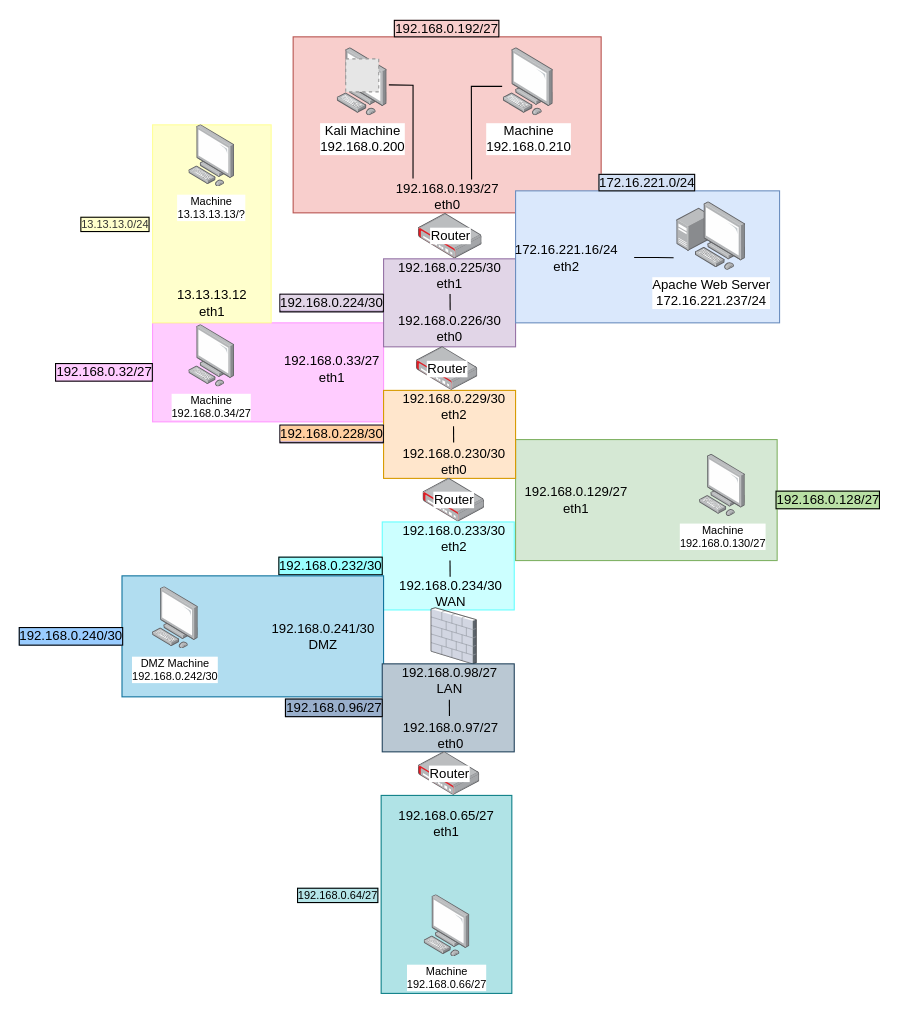
The draw.io diagram Untitled Diagram.drawio in lukeitslukas/networking, before the edit. Source tidied: cells renumbered, new cells numbered last; positions are measured from the earlier drawing's top-left corner, leaving out a move shared by most shapes. Both pictures are drawn from the tidied source at 110%, with x=0, y=0 at pixel (121, 36). Pictures stored in the file or linked from it are replaced by grey dashed boxes.
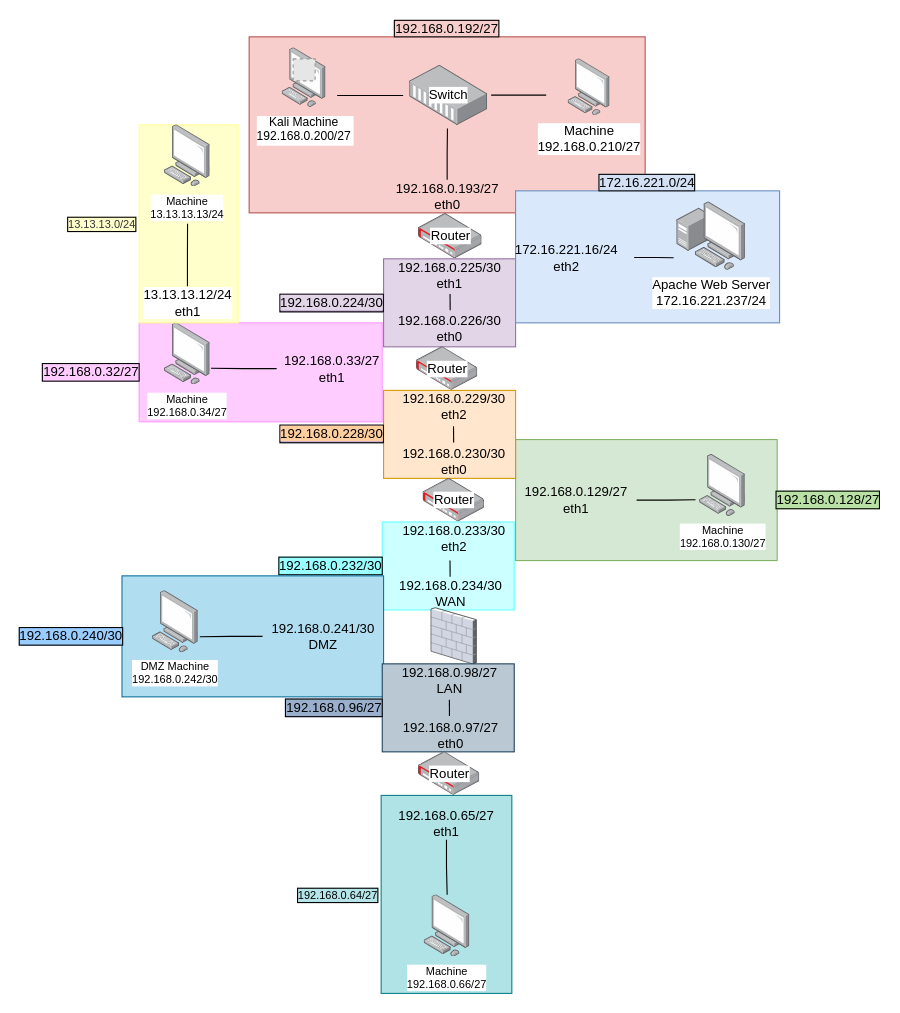
After the change.

The change refers to these unchanged cells:
```xml
<mxCell id="11" value="&lt;div&gt;192.168.0.33/27&lt;/div&gt;&lt;div&gt;eth1&lt;/div&gt;" style="text;html=1;align=center;verticalAlign=middle;points=[];strokeColor=none;fillColor=none;" parent="1" vertex="1">
  <mxGeometry x="141" y="286.6" width="100" height="30" as="geometry" />
</mxCell>
<mxCell id="12" value="&lt;div&gt;192.168.0.129/27&lt;/div&gt;&lt;div&gt;eth1&lt;/div&gt;" style="text;html=1;align=center;verticalAlign=middle;points=[];strokeColor=none;fillColor=none;" parent="1" vertex="1">
  <mxGeometry x="358.2" y="406.2" width="110" height="30" as="geometry" />
</mxCell>
<mxCell id="18" value="&lt;div&gt;192.168.0.193/27&lt;/div&gt;&lt;div&gt;eth0&lt;/div&gt;" style="text;html=1;align=center;verticalAlign=middle;points=[];strokeColor=none;fillColor=none;labelBackgroundColor=none;" parent="1" vertex="1">
  <mxGeometry x="241" y="130" width="110" height="30" as="geometry" />
</mxCell>
<mxCell id="30" value="&lt;div style=&quot;font-size: 10px&quot;&gt;Machine&lt;br style=&quot;font-size: 10px&quot;&gt;&lt;/div&gt;&lt;div style=&quot;font-size: 10px&quot;&gt;192.168.0.130/27&lt;/div&gt;" style="points=[];html=1;align=center;shadow=0;dashed=0;image;image=img/lib/allied_telesis/computer_and_terminals/Personal_Computer.svg;whiteSpace=wrap;fontSize=10;verticalAlign=top;" parent="1" vertex="1">
  <mxGeometry x="525.5" y="379.6" width="41.7" height="56.5" as="geometry" />
</mxCell>
<mxCell id="37" value="192.168.0.241/30&lt;br&gt;DMZ" style="text;html=1;align=center;verticalAlign=middle;points=[];strokeColor=none;fillColor=none;fontColor=#000000;" parent="1" vertex="1">
  <mxGeometry x="128.2" y="530" width="110" height="30" as="geometry" />
</mxCell>
<mxCell id="47" value="&lt;div style=&quot;font-size: 10px&quot;&gt;Machine&lt;br style=&quot;font-size: 10px&quot;&gt;&lt;/div&gt;&lt;div style=&quot;font-size: 10px&quot;&gt;192.168.0.66/27&lt;/div&gt;" style="points=[];html=1;align=center;shadow=0;dashed=0;image;image=img/lib/allied_telesis/computer_and_terminals/Personal_Computer.svg;whiteSpace=wrap;fontSize=10;verticalAlign=top;" parent="1" vertex="1">
  <mxGeometry x="275.1" y="780" width="41.7" height="56.5" as="geometry" />
</mxCell>
<mxCell id="48" value="&lt;div&gt;192.168.0.65/27&lt;/div&gt;&lt;div&gt;eth1&lt;/div&gt;" style="text;html=1;align=center;verticalAlign=middle;points=[];strokeColor=none;fillColor=none;fontColor=#000000;" parent="1" vertex="1">
  <mxGeometry x="245.4" y="700" width="100" height="30" as="geometry" />
</mxCell>
```

The edit, as a diff of the source:
```diff
@@
     <mxCell id="3" value="192.168.0.32/27" style="rounded=0;labelBackgroundColor=#FFCCFF;labelBorderColor=default;fillColor=#FFCCFF;strokeColor=#FF99FF;labelPosition=left;verticalLabelPosition=middle;align=right;verticalAlign=middle;spacing=-1;whiteSpace=wrap;html=1;" parent="1" vertex="1">
-      <mxGeometry x="28.2" y="260" width="210" height="90" as="geometry" />
+      <mxGeometry x="16" y="260" width="221" height="90" as="geometry" />
     </mxCell>
@@
     <mxCell id="7" value="192.168.0.192/27" style="rounded=0;fillColor=#f8cecc;strokeColor=#b85450;labelPosition=center;verticalLabelPosition=top;align=center;verticalAlign=bottom;labelBackgroundColor=#F8CECC;labelBorderColor=default;spacing=-1;whiteSpace=wrap;html=1;" parent="1" vertex="1">
-      <mxGeometry x="156" width="280" height="160" as="geometry" />
+      <mxGeometry x="116" width="360" height="160" as="geometry" />
     </mxCell>
@@
-    <mxCell id="9" value="&lt;div&gt;Kali Machine&lt;/div&gt;&lt;div&gt;192.168.0.200&lt;/div&gt;" style="points=[];html=1;align=center;shadow=0;dashed=0;image;image=img/lib/allied_telesis/computer_and_terminals/Personal_Computer.svg;" parent="1" vertex="1">
-      <mxGeometry x="196" y="10" width="45.6" height="61.8" as="geometry" />
-    </mxCell>
-    <mxCell id="10" value="&lt;div&gt;Machine&lt;br&gt;&lt;/div&gt;&lt;div&gt;192.168.0.210&lt;/div&gt;" style="html=1;align=center;shadow=0;dashed=0;image;image=img/lib/allied_telesis/computer_and_terminals/Personal_Computer.svg;" parent="1" vertex="1">
-      <mxGeometry x="347" y="10" width="45.6" height="61.8" as="geometry" />
+    <mxCell id="10" value="&lt;div&gt;Machine&lt;br&gt;&lt;/div&gt;&lt;div&gt;192.168.0.210/27&lt;/div&gt;" style="html=1;align=center;shadow=0;dashed=0;image;image=img/lib/allied_telesis/computer_and_terminals/Personal_Computer.svg;" parent="1" vertex="1">
+      <mxGeometry x="406" y="20" width="38.2" height="51.8" as="geometry" />
     </mxCell>
+    <mxCell id="49" style="edgeStyle=orthogonalEdgeStyle;rounded=0;jettySize=auto;html=1;entryX=1.016;entryY=0.731;entryDx=0;entryDy=0;entryPerimeter=0;endArrow=none;endFill=0;" parent="1" edge="1" source="11" target="29">
+      <mxGeometry relative="1" as="geometry" />
+    </mxCell>
@@
+    <mxCell id="50" style="edgeStyle=orthogonalEdgeStyle;rounded=0;jettySize=auto;html=1;entryX=-0.09;entryY=0.73;entryDx=0;entryDy=0;entryPerimeter=0;endArrow=none;endFill=0;" parent="1" edge="1" source="12" target="30">
+      <mxGeometry relative="1" as="geometry" />
+    </mxCell>
@@
-    <mxCell id="13" style="fillColor=#E6E6E6;strokeColor=#999999;dashed=1;html=1;verticalAlign=top;verticalLabelPosition=bottom;labelBackgroundColor=#ffffff;" parent="1" vertex="1">
-      <mxGeometry x="203.8" y="20" width="30" height="30" as="geometry" />
-    </mxCell>
@@
+    <mxCell id="51" style="edgeStyle=orthogonalEdgeStyle;rounded=0;jettySize=auto;html=1;entryX=0.484;entryY=1.051;entryDx=0;entryDy=0;entryPerimeter=0;endArrow=none;endFill=0;" parent="1" edge="1" source="18" target="58">
+      <mxGeometry relative="1" as="geometry" />
+    </mxCell>
@@
-    <mxCell id="24" style="endArrow=none;html=1;rounded=0;exitX=0.218;exitY=-0.04;exitDx=0;exitDy=0;exitPerimeter=0;entryX=1.031;entryY=0.544;entryDx=0;entryDy=0;entryPerimeter=0;" parent="1" edge="1" source="18" target="9">
-      <mxGeometry relative="1" as="geometry">
-        <Array as="points">
-          <mxPoint x="265" y="44" />
-        </Array>
-      </mxGeometry>
-    </mxCell>
-    <mxCell id="25" style="endArrow=none;html=1;rounded=0;exitX=0.702;exitY=-0.013;exitDx=0;exitDy=0;exitPerimeter=0;" parent="1" edge="1" source="18">
-      <mxGeometry relative="1" as="geometry">
-        <mxPoint x="346" y="45" as="targetPoint" />
-        <Array as="points">
-          <mxPoint x="318" y="45" />
-        </Array>
-      </mxGeometry>
-    </mxCell>
@@
     <mxCell id="29" value="&lt;div style=&quot;font-size: 10px;&quot;&gt;Machine&lt;br style=&quot;font-size: 10px;&quot;&gt;&lt;/div&gt;&lt;div style=&quot;font-size: 10px;&quot;&gt;192.168.0.34/27&lt;/div&gt;" style="points=[];html=1;align=center;shadow=0;dashed=0;image;image=img/lib/allied_telesis/computer_and_terminals/Personal_Computer.svg;whiteSpace=wrap;fontSize=10;verticalAlign=top;" parent="1" vertex="1">
-      <mxGeometry x="61.2" y="261.8" width="41.7" height="56.5" as="geometry" />
+      <mxGeometry x="39" y="260" width="41.7" height="56.5" as="geometry" />
     </mxCell>
@@
     <mxCell id="31" value="&lt;div&gt;13.13.13.0/24&lt;/div&gt;" style="rounded=0;whiteSpace=wrap;html=1;labelBackgroundColor=#FFFFCC;labelBorderColor=default;fontSize=10;strokeColor=#FFFF99;fillColor=#FFFFCC;fontColor=#333333;labelPosition=left;verticalLabelPosition=middle;align=right;verticalAlign=middle;" parent="1" vertex="1">
-      <mxGeometry x="28.2" y="80" width="107.8" height="180" as="geometry" />
+      <mxGeometry x="16" y="80" width="90" height="180" as="geometry" />
     </mxCell>
-    <mxCell id="32" value="&lt;div style=&quot;font-size: 10px&quot;&gt;Machine&lt;br style=&quot;font-size: 10px&quot;&gt;&lt;/div&gt;&lt;div style=&quot;font-size: 10px&quot;&gt;13.13.13.13/?&lt;/div&gt;" style="html=1;align=center;shadow=0;dashed=0;image;image=img/lib/allied_telesis/computer_and_terminals/Personal_Computer.svg;whiteSpace=wrap;fontSize=10;verticalAlign=top;" parent="1" vertex="1">
-      <mxGeometry x="61.2" y="80" width="41.7" height="56.5" as="geometry" />
+    <mxCell id="32" value="&lt;div style=&quot;font-size: 10px&quot;&gt;Machine&lt;br style=&quot;font-size: 10px&quot;&gt;&lt;/div&gt;&lt;div style=&quot;font-size: 10px&quot;&gt;13.13.13.13/24&lt;/div&gt;" style="html=1;align=center;shadow=0;dashed=0;image;image=img/lib/allied_telesis/computer_and_terminals/Personal_Computer.svg;whiteSpace=wrap;fontSize=10;verticalAlign=top;" parent="1" vertex="1">
+      <mxGeometry x="39" y="80" width="41.7" height="56.5" as="geometry" />
     </mxCell>
+    <mxCell id="52" style="edgeStyle=orthogonalEdgeStyle;rounded=0;jettySize=auto;html=1;endArrow=none;endFill=0;" parent="1" edge="1" source="33">
+      <mxGeometry relative="1" as="geometry">
+        <mxPoint x="60" y="170" as="targetPoint" />
+      </mxGeometry>
+    </mxCell>
-    <mxCell id="33" value="13.13.13.12&lt;br&gt;eth1" style="text;html=1;align=center;verticalAlign=middle;points=[];strokeColor=none;fillColor=none;" parent="1" vertex="1">
-      <mxGeometry x="42.1" y="226.8" width="80" height="30" as="geometry" />
+    <mxCell id="33" value="&lt;div&gt;13.13.13.12/24&lt;/div&gt;eth1" style="text;html=1;align=center;verticalAlign=middle;points=[];strokeColor=none;fillColor=none;labelBorderColor=none;labelBackgroundColor=default;" parent="1" vertex="1">
+      <mxGeometry x="9.9" y="226.8" width="100" height="30" as="geometry" />
     </mxCell>
@@
     <mxCell id="35" value="&lt;div&gt;DMZ Machine&lt;/div&gt;&lt;div&gt;192.168.0.242/30&lt;/div&gt;" style="points=[];html=1;align=center;shadow=0;dashed=0;image;image=img/lib/allied_telesis/computer_and_terminals/Personal_Computer.svg;whiteSpace=wrap;fontSize=10;verticalAlign=top;" parent="1" vertex="1">
-      <mxGeometry x="28.2" y="500" width="41.7" height="56.5" as="geometry" />
+      <mxGeometry x="28.2" y="503.5" width="41.7" height="56.5" as="geometry" />
     </mxCell>
@@
+    <mxCell id="53" style="edgeStyle=orthogonalEdgeStyle;rounded=0;jettySize=auto;html=1;entryX=1.03;entryY=0.742;entryDx=0;entryDy=0;entryPerimeter=0;endArrow=none;endFill=0;" parent="1" edge="1" source="37" target="35">
+      <mxGeometry relative="1" as="geometry" />
+    </mxCell>
@@
+    <mxCell id="54" style="edgeStyle=orthogonalEdgeStyle;rounded=0;jettySize=auto;html=1;endArrow=none;endFill=0;" parent="1" edge="1" source="48" target="47">
+      <mxGeometry relative="1" as="geometry" />
+    </mxCell>
@@
+    <mxCell id="55" style="group;" parent="1" vertex="1">
+      <mxGeometry x="146" y="10" width="45.6" height="61.8" as="geometry" />
+    </mxCell>
+    <mxCell id="9" value="Kali Machine&#10;192.168.0.200/27" style="points=[];align=center;shadow=0;dashed=0;image;image=img/lib/allied_telesis/computer_and_terminals/Personal_Computer.svg;fontSize=11;" parent="55" vertex="1">
+      <mxGeometry width="40" height="54.2" as="geometry" />
+    </mxCell>
+    <mxCell id="13" style="fillColor=#E6E6E6;strokeColor=#999999;dashed=1;html=1;verticalAlign=top;verticalLabelPosition=bottom;labelBackgroundColor=#ffffff;" parent="55" vertex="1">
+      <mxGeometry x="10" y="10" width="20" height="20" as="geometry" />
+    </mxCell>
+    <mxCell id="56" style="edgeStyle=orthogonalEdgeStyle;rounded=0;orthogonalLoop=1;jettySize=auto;html=1;endArrow=none;endFill=0;" parent="1" edge="1">
+      <mxGeometry relative="1" as="geometry">
+        <mxPoint x="336" y="53" as="sourcePoint" />
+        <mxPoint x="386" y="53" as="targetPoint" />
+      </mxGeometry>
+    </mxCell>
+    <mxCell id="57" style="edgeStyle=orthogonalEdgeStyle;rounded=0;orthogonalLoop=1;jettySize=auto;html=1;endArrow=none;endFill=0;" parent="1" edge="1">
+      <mxGeometry relative="1" as="geometry">
+        <mxPoint x="256" y="53" as="sourcePoint" />
+        <mxPoint x="196" y="53.3" as="targetPoint" />
+        <Array as="points">
+          <mxPoint x="196" y="53" />
+        </Array>
+      </mxGeometry>
+    </mxCell>
+    <mxCell id="58" value="Switch" style="points=[];html=1;align=center;shadow=0;dashed=0;image;image=img/lib/allied_telesis/media_converters/Media_Converter_Modular.svg;labelBackgroundColor=default;labelBorderColor=none;labelPosition=center;verticalLabelPosition=middle;verticalAlign=middle;" parent="1" vertex="1">
+      <mxGeometry x="262" y="26" width="70.8" height="54.6" as="geometry" />
+    </mxCell>
```
